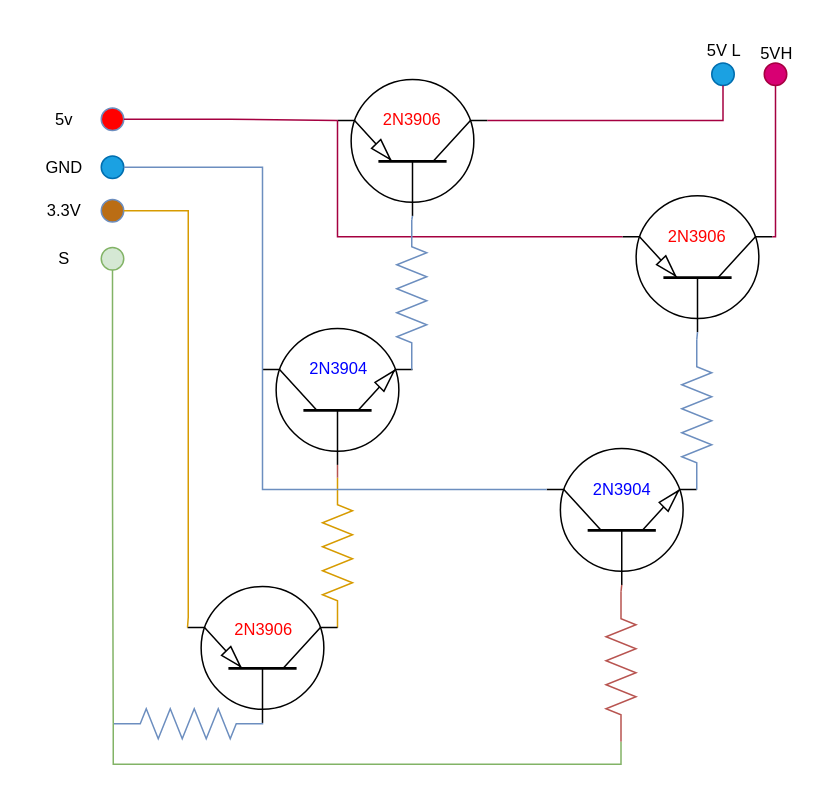
Earlier version of the draw.io diagram Simple_Demux.drawio (agus0/Diagrams). Source tidied: cells renumbered, new cells numbered last; positions are measured from the earlier drawing's top-left corner, leaving out a move shared by most shapes. Both pictures are drawn from the tidied source at 150%, with x=0, y=0 at pixel (26, 27).
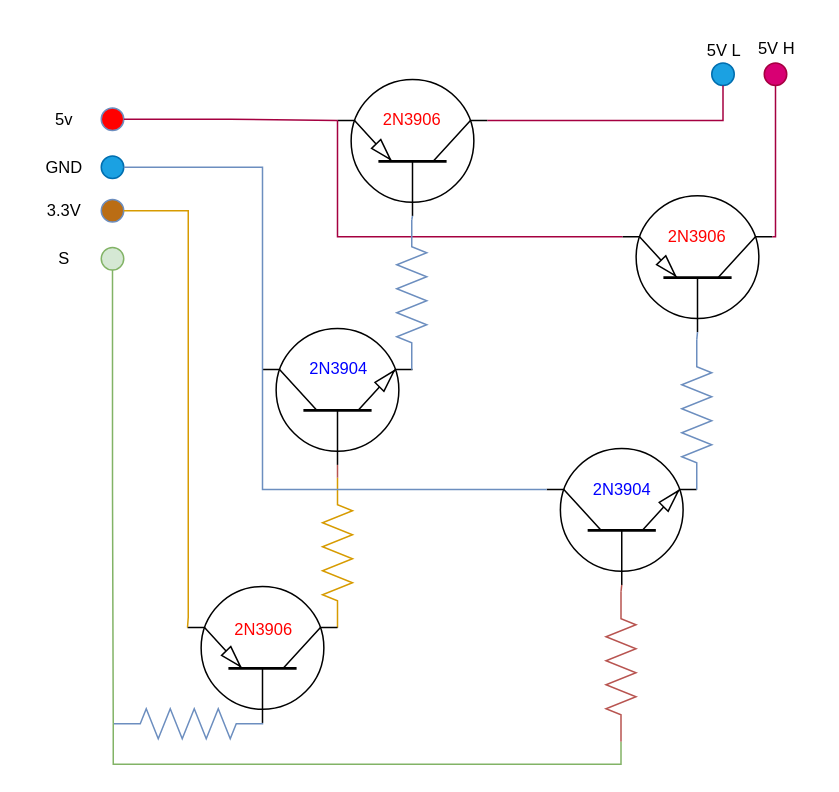
Above is the later version.

The edit, as a diff of the source:
```diff
@@
-    <mxCell id="10" value="5VH" style="text;html=1;align=center;verticalAlign=middle;strokeColor=none;fillColor=none;fontSize=11;fontFamily=Helvetica;fontColor=default;" parent="1" vertex="1">
-      <mxGeometry x="480" y="1.5" width="40" height="30" as="geometry" />
+    <mxCell id="10" value="5V H" style="text;html=1;align=center;verticalAlign=middle;strokeColor=none;fillColor=none;fontSize=11;fontFamily=Helvetica;fontColor=default;" parent="1" vertex="1">
+      <mxGeometry x="475" y="-1.5" width="50" height="30" as="geometry" />
     </mxCell>
```
